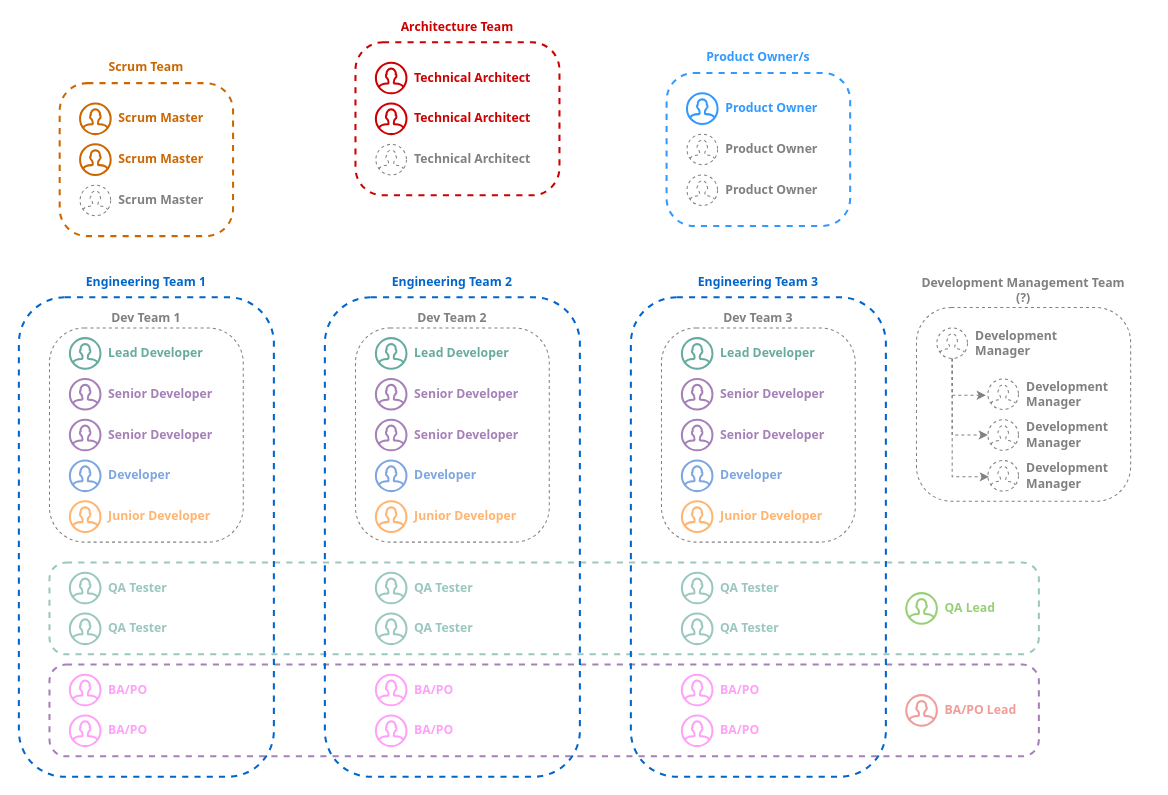
Earlier version of the draw.io diagram page "Page-2" (2 of 2) of Documents/OrgChart.drawio (NickChrist/Shared). Source tidied: cells renumbered, new cells numbered last; positions are measured from the earlier drawing's top-left corner, leaving out a move shared by most shapes. Both pictures are drawn from the tidied source at 102%, with x=0, y=0 at pixel (18, 42).
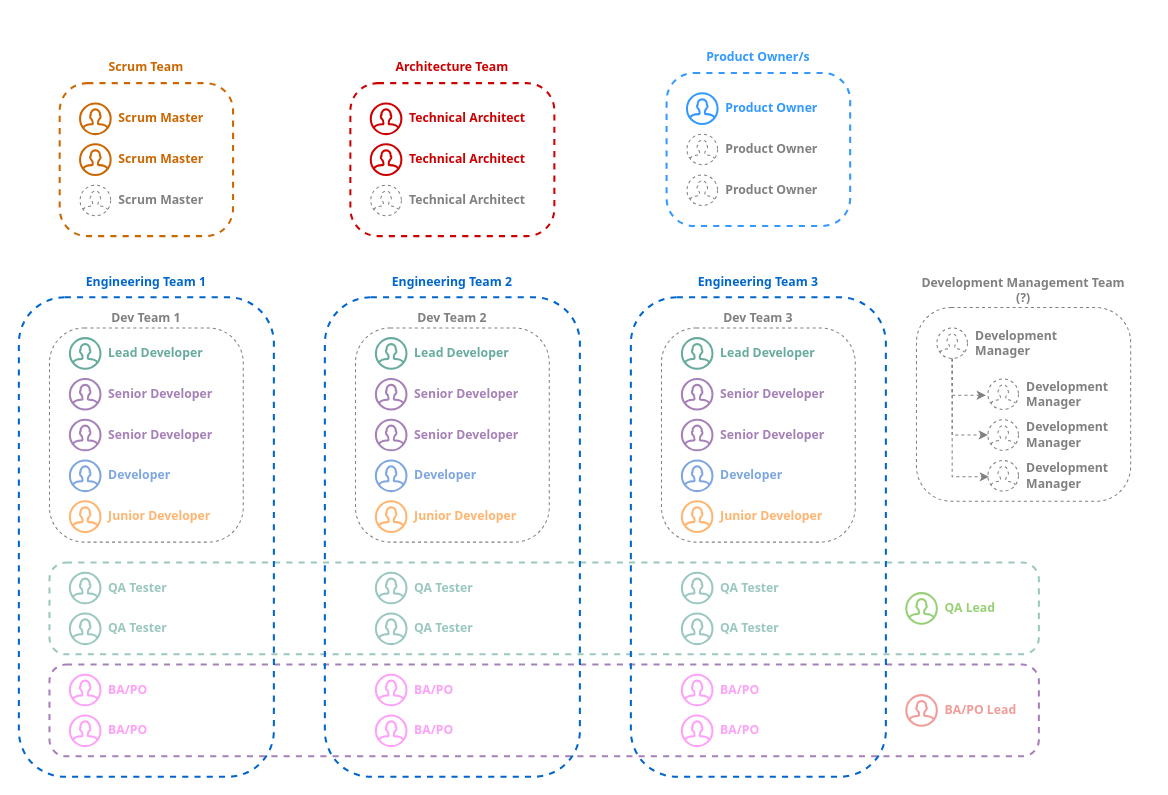
After the change.

What changed in the source:
```diff
@@
     <mxCell id="50" style="group;" parent="1" vertex="1">
-      <mxGeometry x="350" y="20" width="90" height="530" as="geometry" />
+      <mxGeometry x="350" y="20" width="175" height="530" as="geometry" />
     </mxCell>
+    <mxCell id="61" value="Architecture Team" style="rounded=1;whiteSpace=wrap;html=1;shadow=0;dashed=1;labelBackgroundColor=none;sketch=0;strokeWidth=2;fontFamily=Tahoma;arcSize=18;fillColor=none;labelPosition=center;verticalLabelPosition=top;align=center;verticalAlign=bottom;fontStyle=1;spacing=2;spacingTop=0;spacingBottom=6;strokeColor=#CC0000;fontColor=#CC0000;" parent="50" vertex="1">
+      <mxGeometry x="-25" y="20" width="200" height="150" as="geometry" />
+    </mxCell>
     <mxCell id="51" style="group;" parent="50" vertex="1">
-      <mxGeometry width="30" height="110" as="geometry" />
+      <mxGeometry x="-5" y="40" width="30" height="110" as="geometry" />
     </mxCell>
@@
-    <mxCell id="61" value="Architecture Team" style="rounded=1;whiteSpace=wrap;html=1;shadow=0;dashed=1;labelBackgroundColor=none;sketch=0;strokeWidth=2;fontFamily=Tahoma;arcSize=18;fillColor=none;labelPosition=center;verticalLabelPosition=top;align=center;verticalAlign=bottom;fontStyle=1;spacing=2;spacingTop=0;spacingBottom=6;strokeColor=#CC0000;fontColor=#CC0000;" parent="1" vertex="1">
-      <mxGeometry x="330" width="200" height="150" as="geometry" />
-    </mxCell>
```
